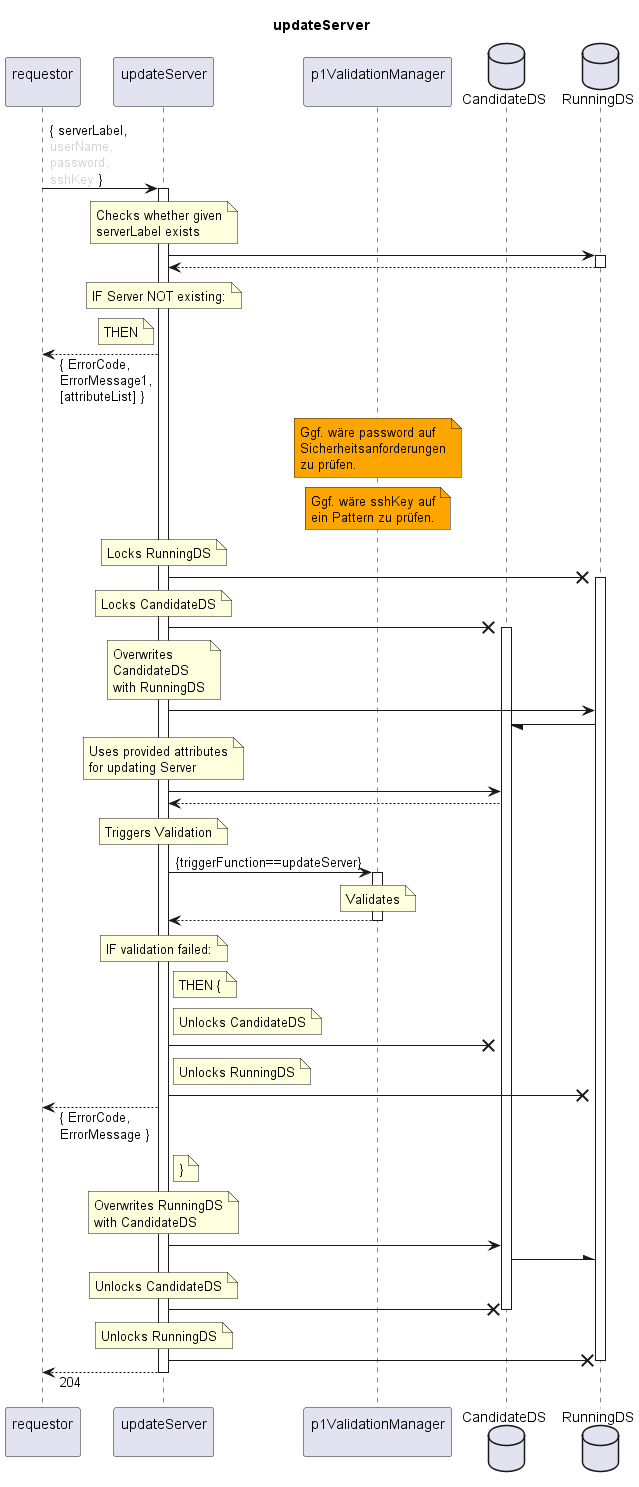
Earlier version of the PlantUML export spec/Services/updateServer/1.0.0/updateServer.png (openBackhaul/FirmWareManager).
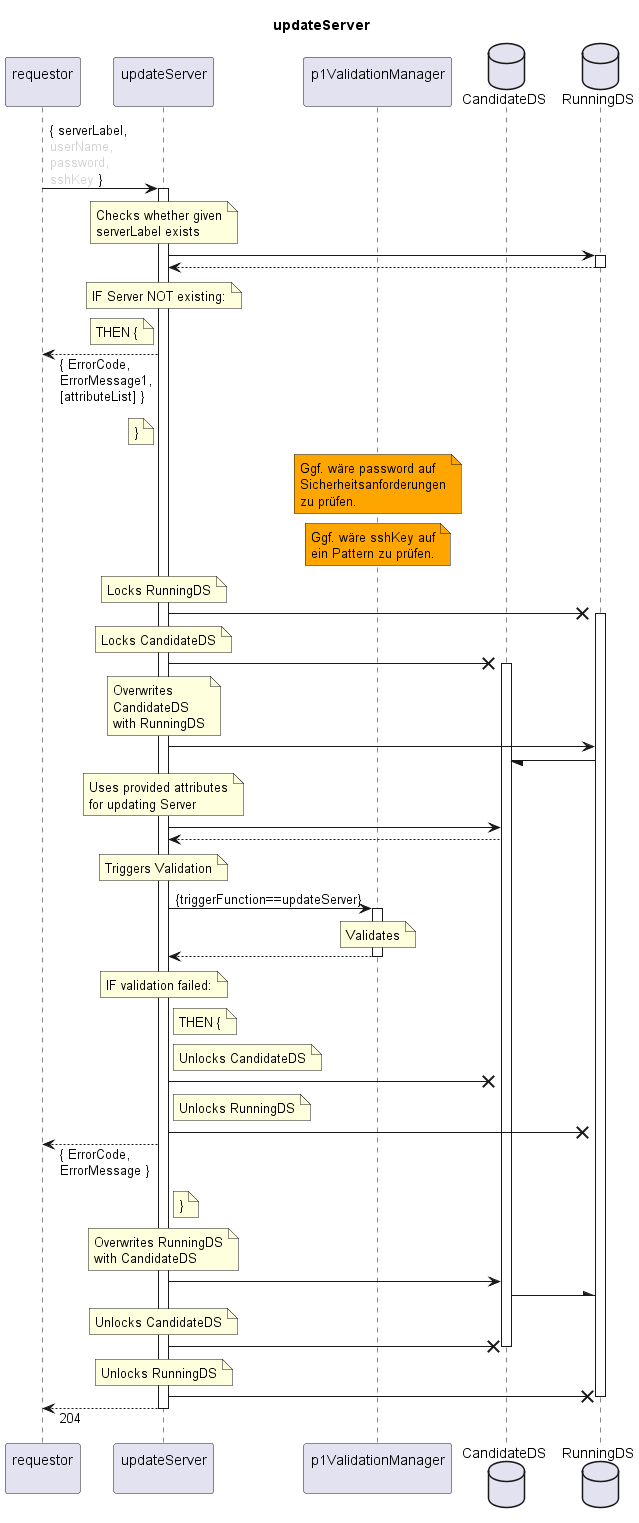
After the change.

The edit, as a diff of the source:
```diff
@@ -26,9 +26,12 @@
     IF Server NOT existing:
   end note
   note left indServ
-    THEN
+    THEN {
   end note
   requestor <-- indServ: { ErrorCode,\nErrorMessage1,\n[attributeList] }
+  note left indServ
+    }
+  end note
 
   note over valiMan #Orange
     Ggf. wäre password auf
```
